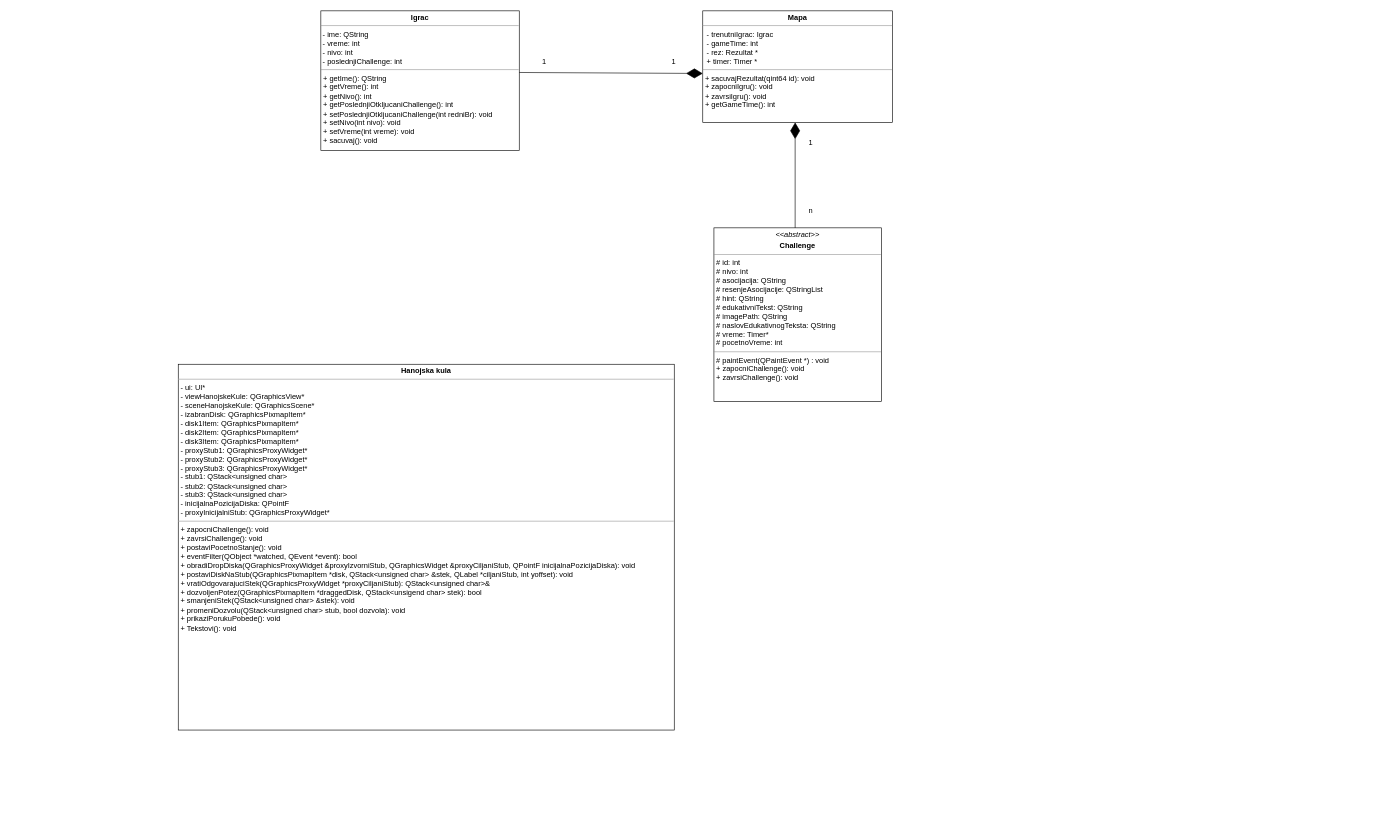
This is PROBLEMI/dijagram_klasa.drawio from natasablagojevic/rs, a draw.io file, before an edit. Source tidied: cells renumbered, new cells numbered last; positions are measured from the earlier drawing's top-left corner, leaving out a move shared by most shapes. Both pictures are drawn from the tidied source at 62%, with x=0, y=0 at pixel (178, 11).
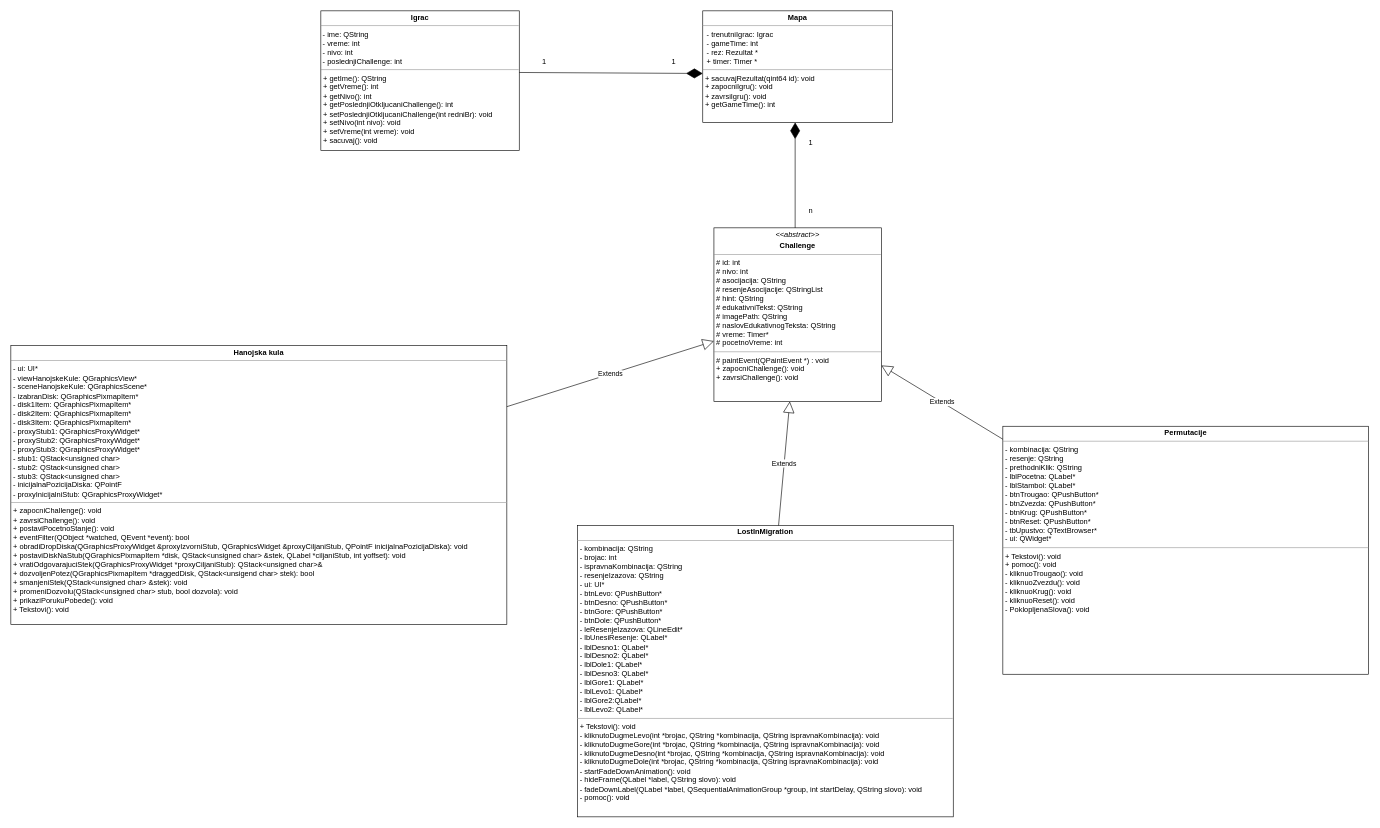
The same diagram, later.

Change to the diagram source:
```diff
@@
 <mxGraphModel>
   <root>
     <mxCell id="0" />
     <mxCell id="1" parent="0" />
     <mxCell id="2" value="&lt;p style=&quot;margin:0px;margin-top:4px;text-align:center;&quot;&gt;&lt;i&gt;&amp;lt;&amp;lt;abstract&amp;gt;&amp;gt;&lt;/i&gt;&lt;b&gt;&lt;i&gt;&lt;br&gt;&lt;/i&gt;&lt;/b&gt;&lt;/p&gt;&lt;p style=&quot;margin:0px;margin-top:4px;text-align:center;&quot;&gt;&lt;b&gt;Challenge&lt;/b&gt;&lt;/p&gt;&lt;hr size=&quot;1&quot;&gt;&lt;p style=&quot;margin:0px;margin-left:4px;&quot;&gt;# id: int&lt;/p&gt;&lt;p style=&quot;margin:0px;margin-left:4px;&quot;&gt;# nivo: int&lt;/p&gt;&lt;p style=&quot;margin:0px;margin-left:4px;&quot;&gt;# asocijacija: QString&lt;/p&gt;&lt;p style=&quot;margin:0px;margin-left:4px;&quot;&gt;# resenjeAsocijacije: QStringList&lt;/p&gt;&lt;p style=&quot;margin:0px;margin-left:4px;&quot;&gt;# hint: QString&lt;/p&gt;&lt;p style=&quot;margin:0px;margin-left:4px;&quot;&gt;# edukativniTekst: QString&lt;/p&gt;&lt;p style=&quot;margin:0px;margin-left:4px;&quot;&gt;# imagePath: QString&lt;/p&gt;&lt;p style=&quot;margin:0px;margin-left:4px;&quot;&gt;# naslovEdukativnogTeksta: QString&lt;/p&gt;&lt;p style=&quot;margin:0px;margin-left:4px;&quot;&gt;# vreme: Timer*&lt;/p&gt;&lt;p style=&quot;margin:0px;margin-left:4px;&quot;&gt;# pocetnoVreme: int&lt;/p&gt;&lt;hr size=&quot;1&quot;&gt;&lt;p style=&quot;margin:0px;margin-left:4px;&quot;&gt;# paintEvent(QPaintEvent *) : void&lt;/p&gt;&lt;p style=&quot;margin:0px;margin-left:4px;&quot;&gt;+ zapocniChallenge(): void&lt;/p&gt;&lt;p style=&quot;margin:0px;margin-left:4px;&quot;&gt;+ zavrsiChallenge(): void&lt;/p&gt;&lt;p style=&quot;margin:0px;margin-left:4px;&quot;&gt;&lt;br&gt;&lt;/p&gt;" style="verticalAlign=top;align=left;overflow=fill;fontSize=12;fontFamily=Helvetica;html=1;whiteSpace=wrap;" parent="1" vertex="1">
       <mxGeometry x="864" y="350" width="270" height="280" as="geometry" />
     </mxCell>
     <mxCell id="3" value="&lt;p style=&quot;margin:0px;margin-top:4px;text-align:center;&quot;&gt;&lt;b&gt;Mapa&lt;/b&gt;&lt;br&gt;&lt;/p&gt;&lt;hr size=&quot;1&quot;&gt;&lt;div&gt;&amp;nbsp; - trenutniIgrac: Igrac&lt;/div&gt;&lt;div&gt;&amp;nbsp; - gameTime: int&lt;/div&gt;&lt;div&gt;&amp;nbsp; - rez: Rezultat *&lt;/div&gt;&lt;div&gt;&amp;nbsp; + timer: Timer *&lt;br&gt;&lt;/div&gt;&lt;hr size=&quot;1&quot;&gt;&lt;p style=&quot;margin:0px;margin-left:4px;&quot;&gt;+ sacuvajRezultat(qint64 id): void&lt;/p&gt;&lt;p style=&quot;margin:0px;margin-left:4px;&quot;&gt;+ zapocniIgru(): void&lt;/p&gt;&lt;p style=&quot;margin:0px;margin-left:4px;&quot;&gt;+ zavrsiIgru(): void&lt;/p&gt;&lt;p style=&quot;margin:0px;margin-left:4px;&quot;&gt;+ getGameTime(): int&lt;br&gt;&lt;/p&gt;" style="verticalAlign=top;align=left;overflow=fill;fontSize=12;fontFamily=Helvetica;html=1;whiteSpace=wrap;" parent="1" vertex="1">
       <mxGeometry x="846" width="306" height="180" as="geometry" />
     </mxCell>
     <mxCell id="4" style="endArrow=diamondThin;endFill=1;endSize=24;html=1;rounded=0;" parent="1" edge="1">
       <mxGeometry relative="1" as="geometry">
         <mxPoint x="995" y="350" as="sourcePoint" />
         <mxPoint x="995" y="180" as="targetPoint" />
       </mxGeometry>
     </mxCell>
     <mxCell id="5" value="1" style="text;html=1;align=center;verticalAlign=middle;strokeColor=none;fillColor=none;" parent="1" vertex="1">
       <mxGeometry x="1005" y="198" width="30" height="30" as="geometry" />
     </mxCell>
     <mxCell id="6" value="n" style="text;html=1;align=center;verticalAlign=middle;strokeColor=none;fillColor=none;" parent="1" vertex="1">
       <mxGeometry x="1005" y="308" width="30" height="30" as="geometry" />
     </mxCell>
     <mxCell id="7" value="&lt;p style=&quot;margin:0px;margin-top:4px;text-align:center;&quot;&gt;&lt;b&gt;Igrac&lt;/b&gt;&lt;br&gt;&lt;/p&gt;&lt;hr size=&quot;1&quot;&gt;&lt;div&gt;&amp;nbsp;- ime: QString&lt;/div&gt;&lt;div&gt;&amp;nbsp;- vreme: int&lt;/div&gt;&lt;div&gt;&amp;nbsp;- nivo: int &lt;br&gt;&lt;/div&gt;&lt;div&gt;&amp;nbsp;- poslednjiChallenge: int&lt;br&gt; &lt;/div&gt;&lt;hr size=&quot;1&quot;&gt;&lt;p style=&quot;margin:0px;margin-left:4px;&quot;&gt;+ getIme(): QString &lt;br&gt;&lt;/p&gt;&lt;p style=&quot;margin:0px;margin-left:4px;&quot;&gt;+ getVreme(): int&lt;/p&gt;&lt;p style=&quot;margin:0px;margin-left:4px;&quot;&gt;+ getNivo(): int &lt;br&gt;&lt;/p&gt;&lt;p style=&quot;margin:0px;margin-left:4px;&quot;&gt;+ getPoslednjiOtkljucaniChallenge(): int&lt;/p&gt;&lt;p style=&quot;margin:0px;margin-left:4px;&quot;&gt;+ setPoslednjiOtkljucaniChallenge(int redniBr): void&lt;/p&gt;&lt;p style=&quot;margin:0px;margin-left:4px;&quot;&gt;+ setNivo(int nivo): void&lt;/p&gt;&lt;p style=&quot;margin:0px;margin-left:4px;&quot;&gt;+ setVreme(int vreme): void&lt;/p&gt;&lt;p style=&quot;margin:0px;margin-left:4px;&quot;&gt;+ sacuvaj(): void&lt;br&gt;&lt;/p&gt;" style="verticalAlign=top;align=left;overflow=fill;fontSize=12;fontFamily=Helvetica;html=1;whiteSpace=wrap;" parent="1" vertex="1">
       <mxGeometry x="230" width="320" height="225" as="geometry" />
     </mxCell>
     <mxCell id="8" style="endArrow=diamondThin;endFill=1;endSize=24;html=1;rounded=0;" parent="1" edge="1">
       <mxGeometry relative="1" as="geometry">
         <mxPoint x="550" y="99.4" as="sourcePoint" />
         <mxPoint x="846" y="101" as="targetPoint" />
       </mxGeometry>
     </mxCell>
     <mxCell id="9" value="1" style="text;html=1;align=center;verticalAlign=middle;strokeColor=none;fillColor=none;" parent="1" vertex="1">
       <mxGeometry x="575" y="68" width="30" height="30" as="geometry" />
     </mxCell>
     <mxCell id="10" value="&lt;div&gt;1&lt;/div&gt;" style="text;html=1;align=center;verticalAlign=middle;strokeColor=none;fillColor=none;" parent="1" vertex="1">
       <mxGeometry x="784" y="67" width="30" height="30" as="geometry" />
     </mxCell>
     <mxCell id="11" value="&lt;p style=&quot;margin:0px;margin-top:4px;text-align:center;&quot;&gt;&lt;b&gt;Hanojska kula&lt;br&gt;&lt;/b&gt;&lt;/p&gt;&lt;hr size=&quot;1&quot;&gt;&lt;p style=&quot;margin:0px;margin-left:4px;&quot;&gt;- ui: UI*&lt;/p&gt;&lt;p style=&quot;margin:0px;margin-left:4px;&quot;&gt;- viewHanojskeKule: QGraphicsView*&lt;/p&gt;&lt;p style=&quot;margin:0px;margin-left:4px;&quot;&gt;- sceneHanojskeKule: QGraphicsScene*&lt;/p&gt;&lt;p style=&quot;margin:0px;margin-left:4px;&quot;&gt;- izabranDisk: QGraphicsPixmapItem*&lt;/p&gt;&lt;p style=&quot;margin:0px;margin-left:4px;&quot;&gt;- disk1Item: QGraphicsPixmapItem*&lt;/p&gt;&lt;p style=&quot;margin:0px;margin-left:4px;&quot;&gt;- disk2Item: QGraphicsPixmapItem*&lt;/p&gt;&lt;p style=&quot;margin:0px;margin-left:4px;&quot;&gt;- disk3Item: QGraphicsPixmapItem*&lt;/p&gt;&lt;p style=&quot;margin:0px;margin-left:4px;&quot;&gt;- proxyStub1: QGraphicsProxyWidget*&lt;/p&gt;&lt;p style=&quot;margin:0px;margin-left:4px;&quot;&gt;- proxyStub2: QGraphicsProxyWidget*&lt;/p&gt;&lt;p style=&quot;margin:0px;margin-left:4px;&quot;&gt;- proxyStub3: QGraphicsProxyWidget*&lt;/p&gt;&lt;p style=&quot;margin:0px;margin-left:4px;&quot;&gt;- stub1: QStack&amp;lt;unsigned char&amp;gt;&lt;/p&gt;&lt;p style=&quot;margin:0px;margin-left:4px;&quot;&gt;- stub2: QStack&amp;lt;unsigned char&amp;gt;&lt;/p&gt;&lt;p style=&quot;margin:0px;margin-left:4px;&quot;&gt;- stub3: QStack&amp;lt;unsigned char&amp;gt;&lt;/p&gt;&lt;p style=&quot;margin:0px;margin-left:4px;&quot;&gt;- inicijalnaPozicijaDiska: QPointF&lt;/p&gt;&lt;p style=&quot;margin:0px;margin-left:4px;&quot;&gt;- proxyInicijalniStub: QGraphicsProxyWidget*&lt;br&gt;&lt;/p&gt;&lt;hr size=&quot;1&quot;&gt;&lt;p style=&quot;margin:0px;margin-left:4px;&quot;&gt;+ zapocniChallenge(): void&lt;/p&gt;&lt;p style=&quot;margin:0px;margin-left:4px;&quot;&gt;+ zavrsiChallenge(): void&lt;/p&gt;&lt;p style=&quot;margin:0px;margin-left:4px;&quot;&gt;+ postaviPocetnoStanje(): void&lt;/p&gt;&lt;p style=&quot;margin:0px;margin-left:4px;&quot;&gt;+ eventFilter(QObject *watched, QEvent *event): bool&lt;/p&gt;&lt;p style=&quot;margin:0px;margin-left:4px;&quot;&gt;+ obradiDropDiska(QGraphicsProxyWidget &amp;amp;proxyIzvorniStub, QGraphicsWidget &amp;amp;proxyCiljaniStub, QPointF inicijalnaPozicijaDiska): void&lt;/p&gt;&lt;p style=&quot;margin:0px;margin-left:4px;&quot;&gt;+ postaviDiskNaStub(QGraphicsPixmapItem *disk, QStack&amp;lt;unsigned char&amp;gt; &amp;amp;stek, QLabel *ciljaniStub, int yoffset): void&lt;/p&gt;&lt;p style=&quot;margin:0px;margin-left:4px;&quot;&gt;+ vratiOdgovarajuciStek(QGraphicsProxyWidget *proxyCiljaniStub): QStack&amp;lt;unsigned char&amp;gt;&amp;amp;&lt;/p&gt;&lt;p style=&quot;margin:0px;margin-left:4px;&quot;&gt;+ dozvoljenPotez(QGraphicsPixmapItem *draggedDisk, QStack&amp;lt;unsigend char&amp;gt; stek): bool&lt;/p&gt;&lt;p style=&quot;margin:0px;margin-left:4px;&quot;&gt;+ smanjeniStek(QStack&amp;lt;unsigned char&amp;gt; &amp;amp;stek): void&lt;/p&gt;&lt;p style=&quot;margin:0px;margin-left:4px;&quot;&gt;+ promeniDozvolu(QStack&amp;lt;unsigned char&amp;gt; stub, bool dozvola): void&lt;/p&gt;&lt;p style=&quot;margin:0px;margin-left:4px;&quot;&gt;+ prikaziPorukuPobede(): void&lt;/p&gt;&lt;p style=&quot;margin:0px;margin-left:4px;&quot;&gt;+ Tekstovi(): void&lt;br&gt;&lt;/p&gt;&lt;p style=&quot;margin:0px;margin-left:4px;&quot;&gt;&lt;br&gt;&lt;/p&gt;&lt;p style=&quot;margin:0px;margin-left:4px;&quot;&gt;&amp;nbsp;&lt;/p&gt;" style="verticalAlign=top;align=left;overflow=fill;fontSize=12;fontFamily=Helvetica;html=1;whiteSpace=wrap;" parent="1" vertex="1">
-      <mxGeometry y="570" width="800" height="590" as="geometry" />
+      <mxGeometry x="-270" y="540" width="800" height="450" as="geometry" />
     </mxCell>
+    <mxCell id="12" value="Extends" style="endArrow=block;endSize=16;endFill=0;html=1;rounded=0;" parent="1" edge="1" source="11" target="2">
+      <mxGeometry relative="1" as="geometry" />
+    </mxCell>
+    <mxCell id="13" value="&lt;p style=&quot;margin:0px;margin-top:4px;text-align:center;&quot;&gt;&lt;b&gt;LostInMigration&lt;/b&gt;&lt;br&gt;&lt;/p&gt;&lt;hr size=&quot;1&quot;&gt;&lt;p style=&quot;margin:0px;margin-left:4px;&quot;&gt;- kombinacija: QString&lt;/p&gt;&lt;p style=&quot;margin:0px;margin-left:4px;&quot;&gt;- brojac: int&lt;/p&gt;&lt;p style=&quot;margin:0px;margin-left:4px;&quot;&gt;- ispravnaKombinacija: QString&lt;/p&gt;&lt;p style=&quot;margin:0px;margin-left:4px;&quot;&gt;- resenjeIzazova: QString&lt;/p&gt;&lt;p style=&quot;margin:0px;margin-left:4px;&quot;&gt;- ui: UI*&lt;/p&gt;&lt;p style=&quot;margin:0px;margin-left:4px;&quot;&gt;- btnLevo: QPushButton*&lt;/p&gt;&lt;p style=&quot;margin:0px;margin-left:4px;&quot;&gt;- btnDesno: QPushButton*&lt;/p&gt;&lt;p style=&quot;margin:0px;margin-left:4px;&quot;&gt;- btnGore: QPushButton*&lt;/p&gt;&lt;p style=&quot;margin:0px;margin-left:4px;&quot;&gt;- btnDole: QPushButton*&lt;/p&gt;&lt;p style=&quot;margin:0px;margin-left:4px;&quot;&gt;- leResenjeIzazova: QLineEdit*&lt;/p&gt;&lt;p style=&quot;margin:0px;margin-left:4px;&quot;&gt;- lbUnesiResenje: QLabel*&lt;/p&gt;&lt;p style=&quot;margin:0px;margin-left:4px;&quot;&gt;- lblDesno1: QLabel*&lt;/p&gt;&lt;p style=&quot;margin:0px;margin-left:4px;&quot;&gt;- lblDesno2: QLabel*&lt;/p&gt;&lt;p style=&quot;margin:0px;margin-left:4px;&quot;&gt;- lblDole1: QLabel*&lt;/p&gt;&lt;p style=&quot;margin:0px;margin-left:4px;&quot;&gt;- lblDesno3: QLabel*&lt;/p&gt;&lt;p style=&quot;margin:0px;margin-left:4px;&quot;&gt;- lblGore1: QLabel*&lt;/p&gt;&lt;p style=&quot;margin:0px;margin-left:4px;&quot;&gt;- lblLevo1: QLabel*&lt;/p&gt;&lt;p style=&quot;margin:0px;margin-left:4px;&quot;&gt;- lblGore2:QLabel*&lt;/p&gt;&lt;p style=&quot;margin:0px;margin-left:4px;&quot;&gt;- lblLevo2: QLabel*&lt;br&gt;&lt;/p&gt;&lt;hr size=&quot;1&quot;&gt;&lt;p style=&quot;margin:0px;margin-left:4px;&quot;&gt;+ Tekstovi(): void&lt;/p&gt;&lt;p style=&quot;margin:0px;margin-left:4px;&quot;&gt;- kliknutoDugmeLevo(int *brojac, QString *kombinacija, QString ispravnaKombinacija): void&lt;/p&gt;&lt;p style=&quot;margin:0px;margin-left:4px;&quot;&gt;- kliknutoDugmeGore(int *brojac, QString *kombinacija, QString ispravnaKombinacija): void&lt;/p&gt;&lt;p style=&quot;margin:0px;margin-left:4px;&quot;&gt;- kliknutoDugmeDesno(int *brojac, QString *kombinacija, QString ispravnaKombinacija): void&lt;/p&gt;&lt;p style=&quot;margin:0px;margin-left:4px;&quot;&gt;- kliknutoDugmeDole(int *brojac, QString *kombinacija, QString ispravnaKombinacija): void&lt;/p&gt;&lt;p style=&quot;margin:0px;margin-left:4px;&quot;&gt;- startFadeDownAnimation(): void&lt;/p&gt;&lt;p style=&quot;margin:0px;margin-left:4px;&quot;&gt;- hideFrame(QLabel *label, QString slovo): void&lt;/p&gt;&lt;p style=&quot;margin:0px;margin-left:4px;&quot;&gt;- fadeDownLabel(QLabel *label, QSequentialAnimationGroup *group, int startDelay, QString slovo): void&lt;/p&gt;&lt;p style=&quot;margin:0px;margin-left:4px;&quot;&gt;- pomoc(): void&lt;br&gt;&lt;/p&gt;" style="verticalAlign=top;align=left;overflow=fill;fontSize=12;fontFamily=Helvetica;html=1;whiteSpace=wrap;" parent="1" vertex="1">
+      <mxGeometry x="644" y="830" width="606" height="470" as="geometry" />
+    </mxCell>
+    <mxCell id="14" value="Extends" style="endArrow=block;endSize=16;endFill=0;html=1;rounded=0;" parent="1" edge="1" source="13" target="2">
+      <mxGeometry relative="1" as="geometry" />
+    </mxCell>
+    <mxCell id="15" value="&lt;p style=&quot;margin:0px;margin-top:4px;text-align:center;&quot;&gt;&lt;b&gt;Permutacije&lt;/b&gt;&lt;/p&gt;&lt;hr size=&quot;1&quot;&gt;&lt;p style=&quot;margin:0px;margin-left:4px;&quot;&gt;- kombinacija: QString&lt;/p&gt;&lt;p style=&quot;margin:0px;margin-left:4px;&quot;&gt;- resenje: QString&lt;/p&gt;&lt;p style=&quot;margin:0px;margin-left:4px;&quot;&gt;- prethodniKlik: QString&lt;/p&gt;&lt;p style=&quot;margin:0px;margin-left:4px;&quot;&gt;- lblPocetna: QLabel*&lt;/p&gt;&lt;p style=&quot;margin:0px;margin-left:4px;&quot;&gt;- lblStambol: QLabel*&lt;/p&gt;&lt;p style=&quot;margin:0px;margin-left:4px;&quot;&gt;- btnTrougao: QPushButton*&lt;/p&gt;&lt;p style=&quot;margin:0px;margin-left:4px;&quot;&gt;- btnZvezda: QPushButton*&lt;/p&gt;&lt;p style=&quot;margin:0px;margin-left:4px;&quot;&gt;- btnKrug: QPushButton*&lt;/p&gt;&lt;p style=&quot;margin:0px;margin-left:4px;&quot;&gt;- btnReset: QPushButton*&lt;/p&gt;&lt;p style=&quot;margin:0px;margin-left:4px;&quot;&gt;- tbUpustvo: QTextBrowser*&lt;/p&gt;&lt;p style=&quot;margin:0px;margin-left:4px;&quot;&gt;- ui: QWidget*&lt;br&gt;&lt;/p&gt;&lt;hr size=&quot;1&quot;&gt;&lt;p style=&quot;margin:0px;margin-left:4px;&quot;&gt;+ Tekstovi(): void&lt;/p&gt;&lt;p style=&quot;margin:0px;margin-left:4px;&quot;&gt;+ pomoc(): void&lt;/p&gt;&lt;p style=&quot;margin:0px;margin-left:4px;&quot;&gt;- kliknuoTrougao(): void&lt;/p&gt;&lt;p style=&quot;margin:0px;margin-left:4px;&quot;&gt;- kliknuoZvezdu(): void&lt;/p&gt;&lt;p style=&quot;margin:0px;margin-left:4px;&quot;&gt;- kliknuoKrug(): void&lt;/p&gt;&lt;p style=&quot;margin:0px;margin-left:4px;&quot;&gt;- kliknuoReset(): void&lt;/p&gt;&lt;p style=&quot;margin:0px;margin-left:4px;&quot;&gt;- PoklopljenaSlova(): void&lt;br&gt;&lt;/p&gt;" style="verticalAlign=top;align=left;overflow=fill;fontSize=12;fontFamily=Helvetica;html=1;whiteSpace=wrap;" parent="1" vertex="1">
+      <mxGeometry x="1330" y="670" width="590" height="400" as="geometry" />
+    </mxCell>
+    <mxCell id="16" value="Extends" style="endArrow=block;endSize=16;endFill=0;html=1;rounded=0;" parent="1" edge="1" source="15" target="2">
+      <mxGeometry relative="1" as="geometry" />
+    </mxCell>
   </root>
 </mxGraphModel>
```
